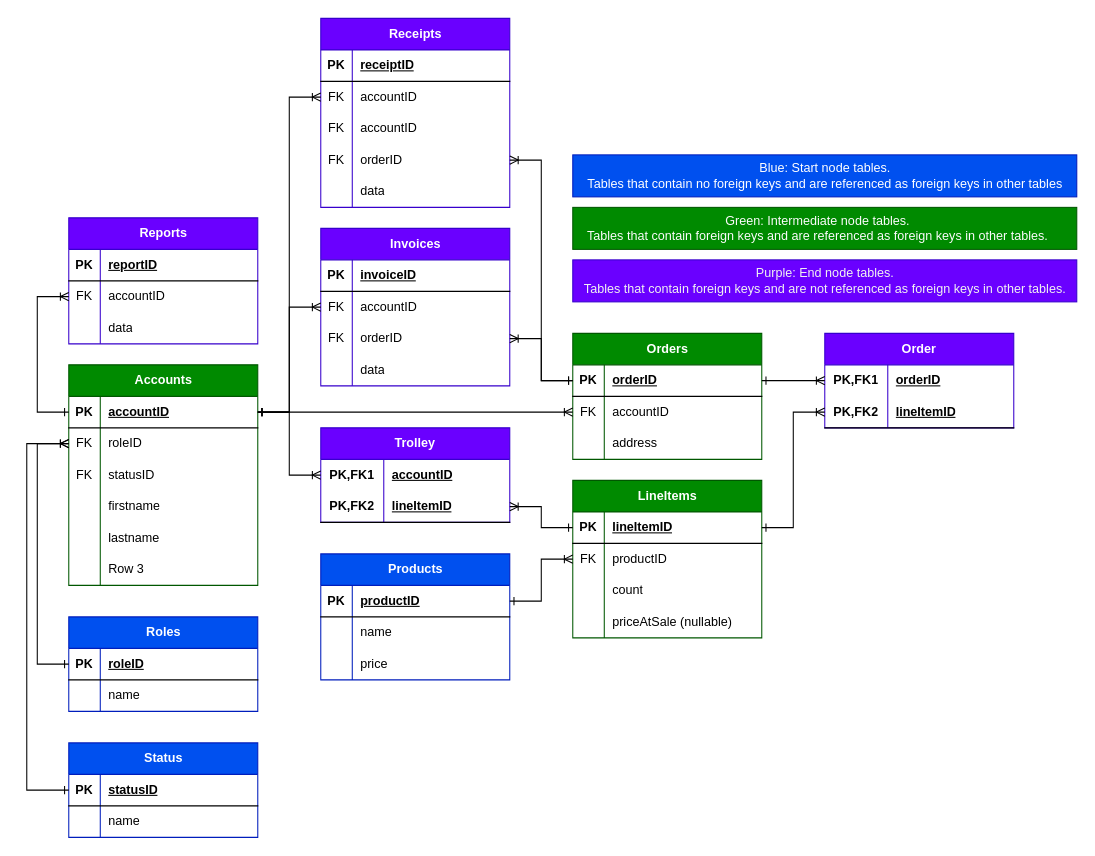
The draw.io diagram ER_Diagram.drawio in DylanGlenister/Software_Assign03, before the edit. Source tidied: cells renumbered, new cells numbered last; positions are measured from the earlier drawing's top-left corner, leaving out a move shared by most shapes. Both pictures are drawn from the tidied source at 105%, with x=0, y=0 at pixel (26, 18).
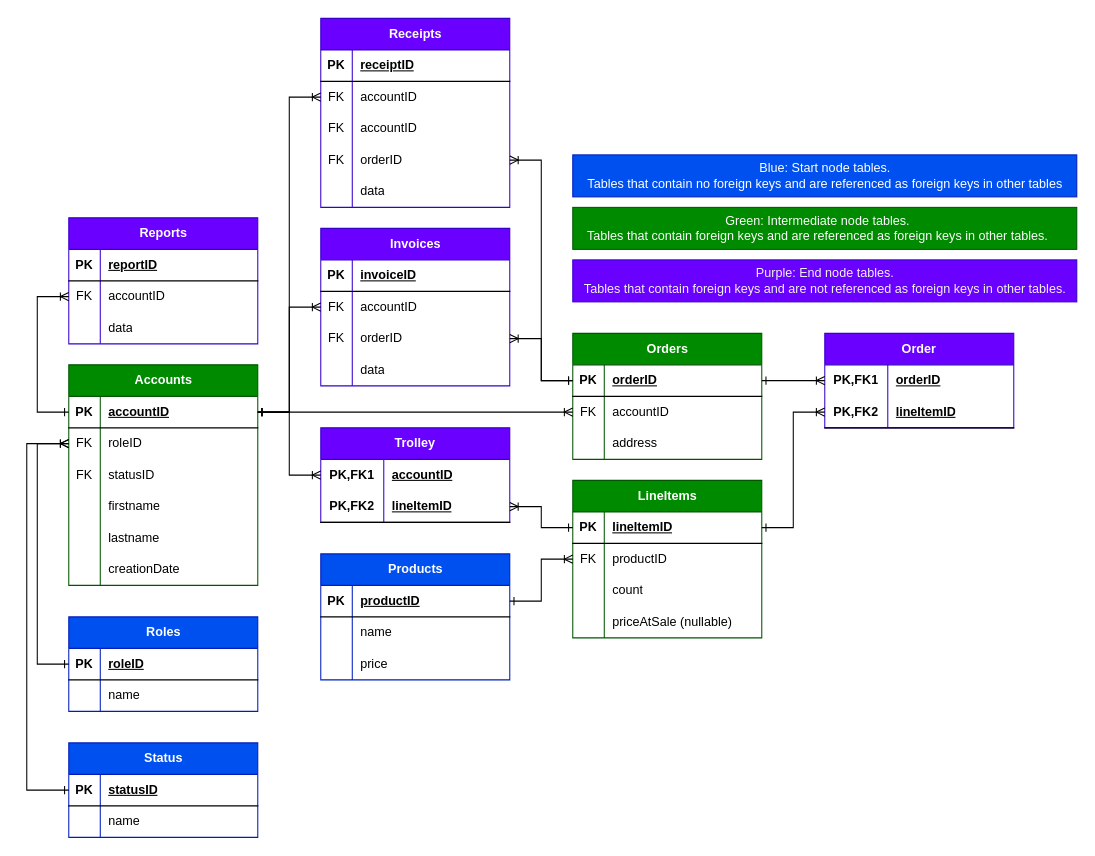
Above is the later version.

Commit message:
Added new column to account diagram

Unchanged cells that the change refers to:
```xml
<mxCell id="65" style="shape=tableRow;horizontal=0;startSize=0;swimlaneHead=0;swimlaneBody=0;fillColor=none;top=0;left=0;right=0;bottom=0;" parent="49" vertex="1">
  <mxGeometry y="180" width="180" height="30" as="geometry" />
</mxCell>
```

What changed in the source:
```diff
@@
-    <mxCell id="67" value="Row 3" style="shape=partialRectangle;fillColor=none;top=0;left=0;bottom=0;right=0;align=left;spacingLeft=6;overflow=hidden;whiteSpace=wrap;html=1;" parent="65" vertex="1">
+    <mxCell id="67" value="creationDate" style="shape=partialRectangle;fillColor=none;top=0;left=0;bottom=0;right=0;align=left;spacingLeft=6;overflow=hidden;whiteSpace=wrap;html=1;" parent="65" vertex="1">
       <mxGeometry x="30" width="150" height="30" as="geometry" />
     </mxCell>
```
